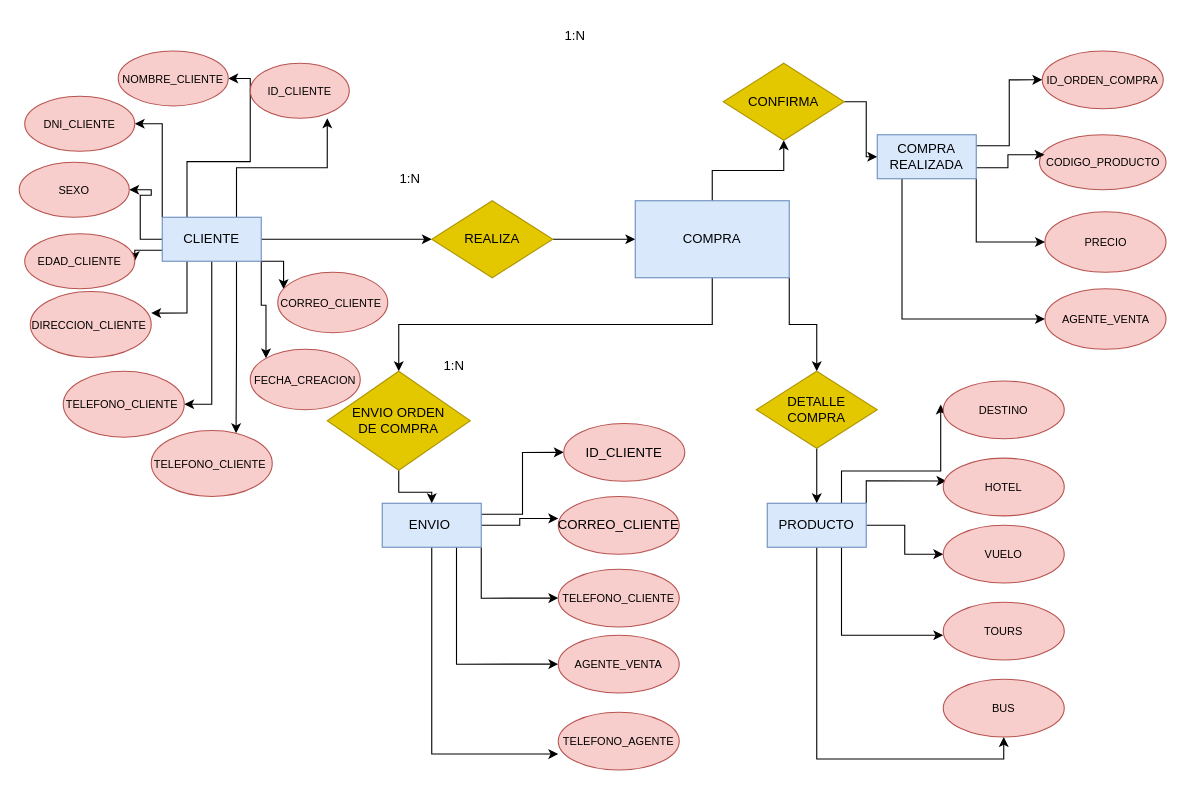
Earlier version of the draw.io diagram Diagrama sin título.drawio (sebascardozo/sqlCoderhouse). Source tidied: cells renumbered, new cells numbered last; positions are measured from the earlier drawing's top-left corner, leaving out a move shared by most shapes. Both pictures are drawn from the tidied source at 110%, with x=0, y=0 at pixel (19, 19).
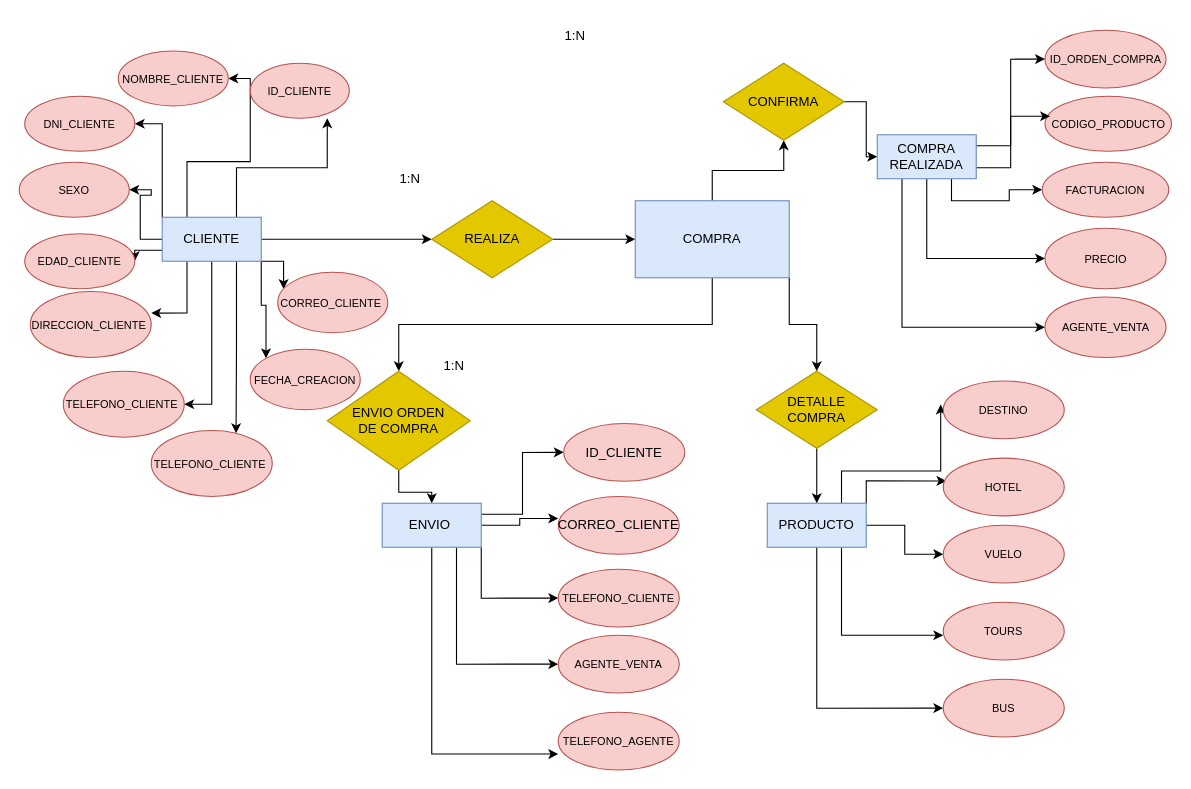
The same page after the edit.

Unchanged cells that the change refers to:
```xml
<mxCell id="35" value="COMPRA&lt;br&gt;REALIZADA" style="rounded=0;whiteSpace=wrap;html=1;fillColor=#dae8fc;strokeColor=#6c8ebf;" parent="1" vertex="1">
  <mxGeometry x="780" y="105" width="90" height="40" as="geometry" />
</mxCell>
<mxCell id="57" value="PRODUCTO" style="rounded=0;whiteSpace=wrap;html=1;fillColor=#dae8fc;strokeColor=#6c8ebf;" parent="1" vertex="1">
  <mxGeometry x="680" y="440" width="90" height="40" as="geometry" />
</mxCell>
```

What changed in the source:
```diff
@@
     <mxCell id="26" value="&lt;font style=&quot;font-size: 10px;&quot;&gt;CODIGO_PRODUCTO&lt;/font&gt;" style="ellipse;whiteSpace=wrap;html=1;fillColor=#f8cecc;strokeColor=#b85450;" parent="1" vertex="1">
-      <mxGeometry x="927.5" y="105" width="115" height="50" as="geometry" />
+      <mxGeometry x="932.5" y="70" width="115" height="50" as="geometry" />
     </mxCell>
     <mxCell id="27" value="&lt;font style=&quot;font-size: 10px;&quot;&gt;PRECIO&lt;/font&gt;" style="ellipse;whiteSpace=wrap;html=1;fillColor=#f8cecc;strokeColor=#b85450;" parent="1" vertex="1">
-      <mxGeometry x="932.5" y="175" width="110" height="55" as="geometry" />
+      <mxGeometry x="932.5" y="190" width="110" height="55" as="geometry" />
     </mxCell>
     <mxCell id="28" value="&lt;font style=&quot;font-size: 10px;&quot;&gt;ID_ORDEN_COMPRA&lt;/font&gt;" style="ellipse;whiteSpace=wrap;html=1;fillColor=#f8cecc;strokeColor=#b85450;" parent="1" vertex="1">
-      <mxGeometry x="930" y="28.8" width="110" height="52.5" as="geometry" />
+      <mxGeometry x="932.5" y="10" width="110" height="52.5" as="geometry" />
     </mxCell>
@@
+    <mxCell id="34" style="edgeStyle=orthogonalEdgeStyle;rounded=0;jettySize=auto;html=1;exitX=0.25;exitY=1;exitDx=0;exitDy=0;entryX=0;entryY=0.5;entryDx=0;entryDy=0;" parent="1" edge="1" source="35" target="68">
+      <mxGeometry relative="1" as="geometry" />
+    </mxCell>
-    <mxCell id="33" style="edgeStyle=orthogonalEdgeStyle;rounded=0;jettySize=auto;html=1;exitX=1;exitY=1;exitDx=0;exitDy=0;entryX=0;entryY=0.5;entryDx=0;entryDy=0;" parent="1" edge="1" source="35" target="27">
+    <mxCell id="33" style="edgeStyle=orthogonalEdgeStyle;rounded=0;jettySize=auto;html=1;exitX=0.5;exitY=1;exitDx=0;exitDy=0;entryX=0;entryY=0.5;entryDx=0;entryDy=0;" parent="1" edge="1" source="35" target="27">
       <mxGeometry relative="1" as="geometry" />
     </mxCell>
-    <mxCell id="34" style="edgeStyle=orthogonalEdgeStyle;rounded=0;jettySize=auto;html=1;exitX=0.25;exitY=1;exitDx=0;exitDy=0;entryX=0;entryY=0.5;entryDx=0;entryDy=0;" parent="1" edge="1" source="35" target="68">
-      <mxGeometry relative="1" as="geometry" />
-    </mxCell>
+    <mxCell id="71" style="edgeStyle=orthogonalEdgeStyle;rounded=0;jettySize=auto;html=1;exitX=0.75;exitY=1;exitDx=0;exitDy=0;" parent="1" edge="1" source="35" target="72">
+      <mxGeometry relative="1" as="geometry" />
+    </mxCell>
@@
-    <mxCell id="56" style="edgeStyle=orthogonalEdgeStyle;rounded=0;jettySize=auto;html=1;exitX=0.5;exitY=1;exitDx=0;exitDy=0;entryX=0.5;entryY=1;entryDx=0;entryDy=0;" parent="1" edge="1" source="57" target="70">
+    <mxCell id="56" style="edgeStyle=orthogonalEdgeStyle;rounded=0;jettySize=auto;html=1;exitX=0.5;exitY=1;exitDx=0;exitDy=0;entryX=0;entryY=0.5;entryDx=0;entryDy=0;" parent="1" edge="1" source="57" target="70">
       <mxGeometry relative="1" as="geometry" />
     </mxCell>
@@
     <mxCell id="68" value="&lt;font style=&quot;font-size: 10px;&quot;&gt;AGENTE_VENTA&lt;/font&gt;" style="ellipse;whiteSpace=wrap;html=1;fillColor=#f8cecc;strokeColor=#b85450;" parent="1" vertex="1">
-      <mxGeometry x="932.5" y="245" width="110" height="55" as="geometry" />
+      <mxGeometry x="932.5" y="252.5" width="110" height="55" as="geometry" />
     </mxCell>
@@
-    <mxCell id="70" value="&lt;span style=&quot;font-size: 10px;&quot;&gt;BUS&lt;/span&gt;" style="ellipse;whiteSpace=wrap;html=1;fillColor=#f8cecc;strokeColor=#b85450;" parent="1" vertex="1">
+    <mxCell id="70" value="&lt;font style=&quot;font-size: 10px;&quot;&gt;BUS&lt;/font&gt;" style="ellipse;whiteSpace=wrap;html=1;fillColor=#f8cecc;strokeColor=#b85450;" parent="1" vertex="1">
       <mxGeometry x="840" y="600" width="110" height="52.5" as="geometry" />
     </mxCell>
+    <mxCell id="72" value="&lt;font style=&quot;font-size: 10px;&quot;&gt;FACTURACION&lt;/font&gt;" style="ellipse;whiteSpace=wrap;html=1;fillColor=#f8cecc;strokeColor=#b85450;" parent="1" vertex="1">
+      <mxGeometry x="930" y="130" width="115" height="50" as="geometry" />
+    </mxCell>
```
